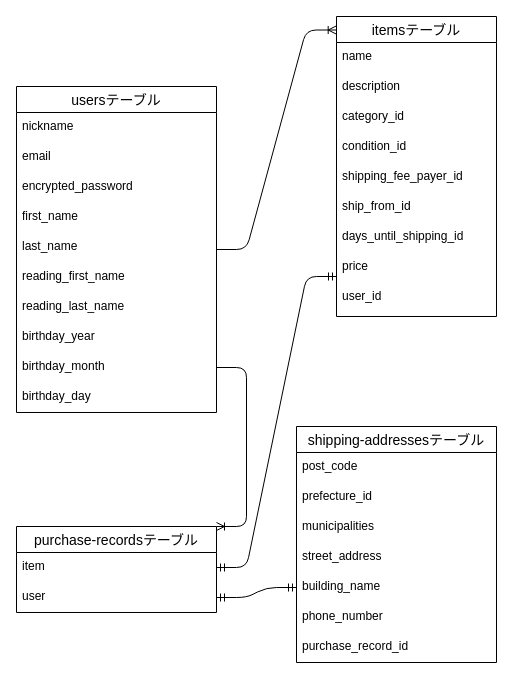
Above: furima-40367-ER.dio in takisu918/furima-40367 (draw.io), before the change. Source tidied: cells renumbered, new cells numbered last; positions are measured from the earlier drawing's top-left corner, leaving out a move shared by most shapes. Both pictures are drawn from the tidied source at 100%, with x=0, y=0 at pixel (16, 16).
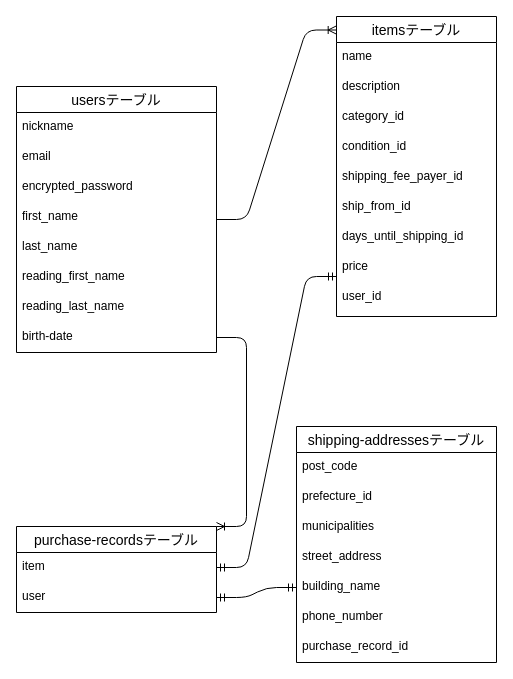
The same page after the edit.

Commit message (it also covers changes not shown here):
#3データベース設計（修正3）

The change refers to these unchanged cells:
```xml
<mxCell id="23" value="purchase-recordsテーブル" style="swimlane;fontStyle=0;horizontal=1;startSize=26;align=center;fontSize=14;" parent="1" vertex="1">
  <mxGeometry y="510" width="200" height="86" as="geometry" />
</mxCell>
```

Diff of the diagram source:
```diff
@@
     <mxCell id="2" value="usersテーブル" style="swimlane;fontStyle=0;horizontal=1;startSize=26;align=center;fontSize=14;" parent="1" vertex="1">
-      <mxGeometry y="70" width="200" height="326" as="geometry" />
+      <mxGeometry y="70" width="200" height="266" as="geometry" />
     </mxCell>
@@
-    <mxCell id="10" value="birthday_year" style="text;strokeColor=none;fillColor=none;spacingLeft=4;spacingRight=4;overflow=hidden;points=[[0,0.5],[1,0.5]];portConstraint=eastwest;fontSize=12;" parent="2" vertex="1">
+    <mxCell id="10" value="birth-date" style="text;strokeColor=none;fillColor=none;spacingLeft=4;spacingRight=4;overflow=hidden;points=[[0,0.5],[1,0.5]];portConstraint=eastwest;fontSize=12;" parent="2" vertex="1">
       <mxGeometry y="236" width="200" height="30" as="geometry" />
     </mxCell>
-    <mxCell id="11" value="birthday_month" style="text;strokeColor=none;fillColor=none;spacingLeft=4;spacingRight=4;overflow=hidden;points=[[0,0.5],[1,0.5]];portConstraint=eastwest;fontSize=12;" parent="2" vertex="1">
-      <mxGeometry y="266" width="200" height="30" as="geometry" />
-    </mxCell>
-    <mxCell id="12" value="birthday_day" style="text;strokeColor=none;fillColor=none;spacingLeft=4;spacingRight=4;overflow=hidden;fontSize=12;" parent="2" vertex="1">
-      <mxGeometry y="296" width="200" height="30" as="geometry" />
-    </mxCell>
@@
-    <mxCell id="37" style="edgeStyle=entityRelationEdgeStyle;fontSize=12;html=1;endArrow=ERoneToMany;entryX=1;entryY=0;entryDx=0;entryDy=0;exitX=1;exitY=0.5;exitDx=0;exitDy=0;" parent="1" edge="1" source="11" target="23">
+    <mxCell id="37" style="edgeStyle=entityRelationEdgeStyle;fontSize=12;html=1;endArrow=ERoneToMany;entryX=1;entryY=0;entryDx=0;entryDy=0;exitX=1;exitY=0.5;exitDx=0;exitDy=0;" parent="1" edge="1" source="10" target="23">
       <mxGeometry relative="1" as="geometry" />
     </mxCell>
```
